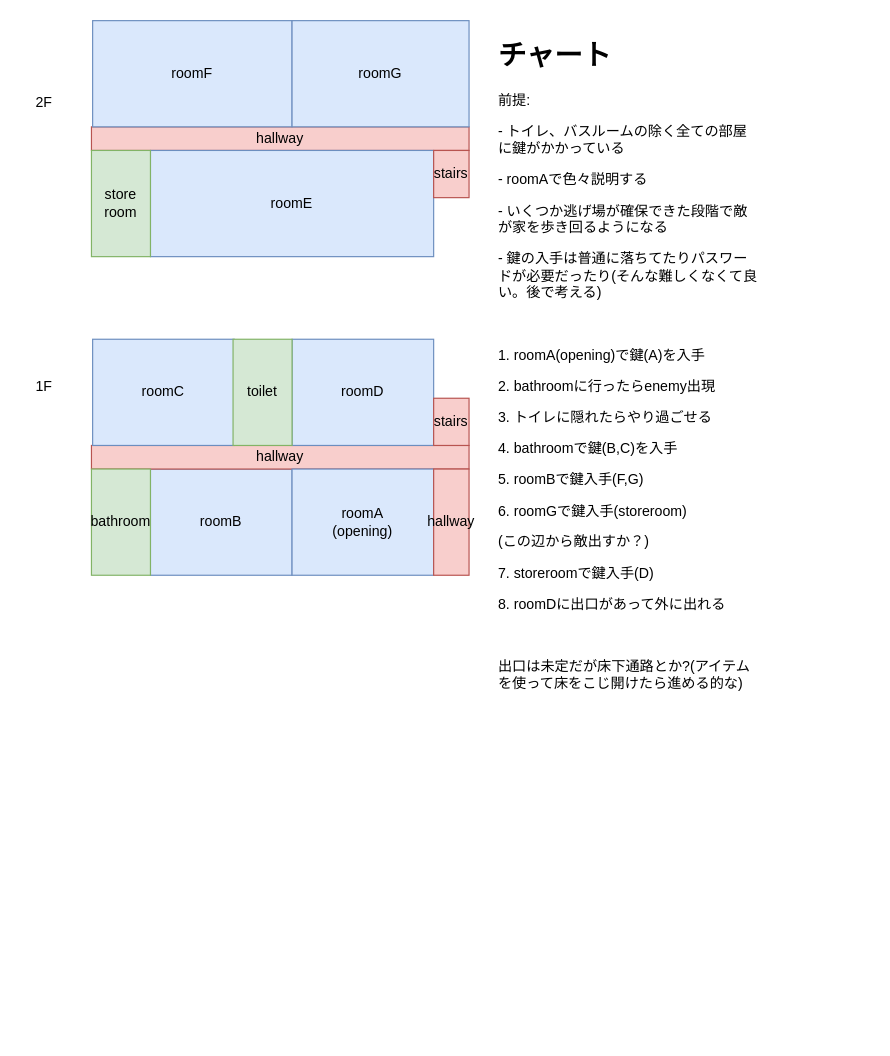
This is chart.drawio from mijinc0/escape_game, a draw.io file, before an edit. Source tidied: cells renumbered, new cells numbered last; positions are measured from the earlier drawing's top-left corner, leaving out a move shared by most shapes. Both pictures are drawn from the tidied source at 118%, with x=0, y=0 at pixel (20, 20).
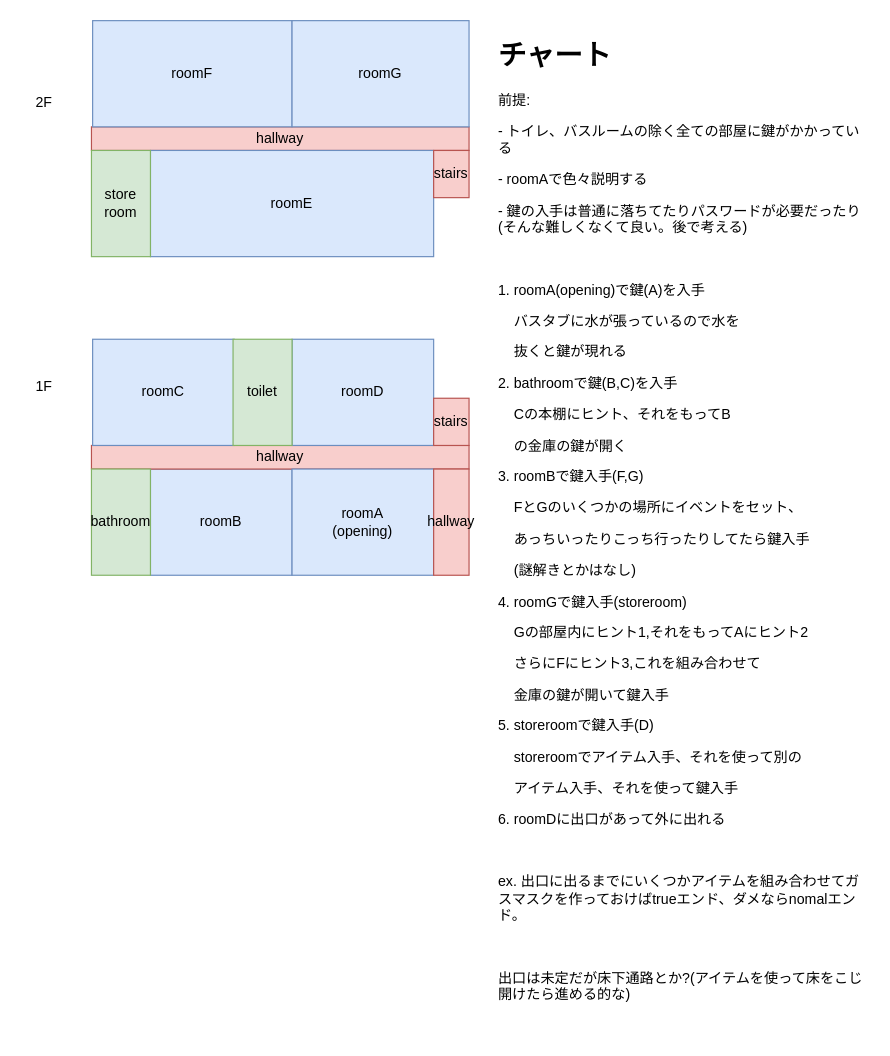
The same diagram, later.

The edit, as a diff of the source:
```diff
@@
 <mxGraphModel>
   <root>
     <mxCell id="0" />
     <mxCell id="1" parent="0" />
     <mxCell id="2" value="roomB" style="rounded=0;whiteSpace=wrap;html=1;fillColor=#dae8fc;strokeColor=#6c8ebf;" parent="1" vertex="1">
       <mxGeometry x="110" y="380" width="120" height="90" as="geometry" />
     </mxCell>
     <mxCell id="3" value="hallway" style="rounded=0;whiteSpace=wrap;html=1;fillColor=#f8cecc;strokeColor=#b85450;" parent="1" vertex="1">
       <mxGeometry x="60" y="360" width="320" height="20" as="geometry" />
     </mxCell>
     <mxCell id="4" value="roomC&lt;br&gt;" style="rounded=0;whiteSpace=wrap;html=1;fillColor=#dae8fc;strokeColor=#6c8ebf;" parent="1" vertex="1">
       <mxGeometry x="61" y="270" width="120" height="90" as="geometry" />
     </mxCell>
     <mxCell id="5" value="roomD" style="rounded=0;whiteSpace=wrap;html=1;fillColor=#dae8fc;strokeColor=#6c8ebf;" parent="1" vertex="1">
       <mxGeometry x="230" y="270" width="120" height="90" as="geometry" />
     </mxCell>
     <mxCell id="6" value="roomA&lt;br&gt;(opening)" style="rounded=0;whiteSpace=wrap;html=1;fillColor=#dae8fc;strokeColor=#6c8ebf;" parent="1" vertex="1">
       <mxGeometry x="230" y="380" width="120" height="90" as="geometry" />
     </mxCell>
     <mxCell id="7" value="toilet" style="rounded=0;whiteSpace=wrap;html=1;fillColor=#d5e8d4;strokeColor=#82b366;" parent="1" vertex="1">
       <mxGeometry x="180" y="270" width="50" height="90" as="geometry" />
     </mxCell>
     <mxCell id="8" value="bathroom" style="rounded=0;whiteSpace=wrap;html=1;fillColor=#d5e8d4;strokeColor=#82b366;" parent="1" vertex="1">
       <mxGeometry x="60" y="380" width="50" height="90" as="geometry" />
     </mxCell>
     <mxCell id="9" value="stairs" style="rounded=0;whiteSpace=wrap;html=1;fillColor=#f8cecc;strokeColor=#b85450;" parent="1" vertex="1">
       <mxGeometry x="350" y="320" width="30" height="40" as="geometry" />
     </mxCell>
     <mxCell id="10" value="hallway" style="rounded=0;whiteSpace=wrap;html=1;fillColor=#f8cecc;strokeColor=#b85450;" parent="1" vertex="1">
       <mxGeometry x="350" y="380" width="30" height="90" as="geometry" />
     </mxCell>
     <mxCell id="11" value="1F" style="text;html=1;strokeColor=none;fillColor=none;align=center;verticalAlign=middle;whiteSpace=wrap;rounded=0;" parent="1" vertex="1">
       <mxGeometry y="300" width="40" height="20" as="geometry" />
     </mxCell>
     <mxCell id="12" value="hallway" style="rounded=0;whiteSpace=wrap;html=1;fillColor=#f8cecc;strokeColor=#b85450;" parent="1" vertex="1">
       <mxGeometry x="60" y="90" width="320" height="20" as="geometry" />
     </mxCell>
     <mxCell id="13" value="roomF" style="rounded=0;whiteSpace=wrap;html=1;fillColor=#dae8fc;strokeColor=#6c8ebf;" parent="1" vertex="1">
       <mxGeometry x="61" width="169" height="90" as="geometry" />
     </mxCell>
     <mxCell id="14" value="roomG" style="rounded=0;whiteSpace=wrap;html=1;fillColor=#dae8fc;strokeColor=#6c8ebf;" parent="1" vertex="1">
       <mxGeometry x="230" width="150" height="90" as="geometry" />
     </mxCell>
     <mxCell id="15" value="roomE" style="rounded=0;whiteSpace=wrap;html=1;fillColor=#dae8fc;strokeColor=#6c8ebf;" parent="1" vertex="1">
       <mxGeometry x="110" y="110" width="240" height="90" as="geometry" />
     </mxCell>
     <mxCell id="16" value="store&lt;br&gt;room" style="rounded=0;whiteSpace=wrap;html=1;fillColor=#d5e8d4;strokeColor=#82b366;" parent="1" vertex="1">
       <mxGeometry x="60" y="110" width="50" height="90" as="geometry" />
     </mxCell>
     <mxCell id="17" value="stairs" style="rounded=0;whiteSpace=wrap;html=1;fillColor=#f8cecc;strokeColor=#b85450;" parent="1" vertex="1">
       <mxGeometry x="350" y="110" width="30" height="40" as="geometry" />
     </mxCell>
     <mxCell id="18" value="2F" style="text;html=1;strokeColor=none;fillColor=none;align=center;verticalAlign=middle;whiteSpace=wrap;rounded=0;" parent="1" vertex="1">
       <mxGeometry y="60" width="40" height="20" as="geometry" />
     </mxCell>
-    <mxCell id="19" value="&lt;h1&gt;チャート&lt;/h1&gt;&lt;p&gt;前提:&lt;/p&gt;&lt;p&gt;- トイレ、バスルームの除く全ての部屋に鍵がかかっている&lt;/p&gt;&lt;p&gt;- roomAで色々説明する&lt;/p&gt;&lt;p&gt;- いくつか逃げ場が確保できた段階で敵が家を歩き回るようになる&lt;/p&gt;&lt;p&gt;- 鍵の入手は普通に落ちてたりパスワードが必要だったり(そんな難しくなくて良い。後で考える)&lt;/p&gt;&lt;p&gt;&lt;br&gt;&lt;/p&gt;&lt;p&gt;1. roomA(opening)で鍵(A)を入手&lt;/p&gt;&lt;p&gt;2. bathroomに行ったらenemy出現&lt;/p&gt;&lt;p&gt;3. トイレに隠れたらやり過ごせる&lt;/p&gt;&lt;p&gt;4. bathroomで鍵(B,C)を入手&lt;/p&gt;&lt;p&gt;5. roomBで鍵入手(F,G)&lt;/p&gt;&lt;p&gt;6. roomGで鍵入手(storeroom)&lt;/p&gt;&lt;p&gt;(この辺から敵出すか？)&lt;/p&gt;&lt;p&gt;7. storeroomで鍵入手(D)&lt;/p&gt;&lt;p&gt;8. roomDに出口があって外に出れる&lt;/p&gt;&lt;p&gt;&lt;br&gt;&lt;/p&gt;&lt;p&gt;出口は未定だが床下通路とか?(アイテムを使って床をこじ開けたら進める的な)&lt;/p&gt;" style="text;html=1;strokeColor=none;fillColor=none;spacing=5;spacingTop=-20;whiteSpace=wrap;overflow=hidden;rounded=0;align=left;" parent="1" vertex="1">
-      <mxGeometry x="400" y="10" width="230" height="590" as="geometry" />
+    <mxCell id="19" value="&lt;h1&gt;チャート&lt;/h1&gt;&lt;p&gt;前提:&lt;/p&gt;&lt;p&gt;- トイレ、バスルームの除く全ての部屋に鍵がかかっている&lt;/p&gt;&lt;p&gt;- roomAで色々説明する&lt;/p&gt;&lt;p&gt;- 鍵の入手は普通に落ちてたりパスワードが必要だったり(そんな難しくなくて良い。後で考える)&lt;/p&gt;&lt;p&gt;&lt;br&gt;&lt;/p&gt;&lt;p&gt;1. roomA(opening)で鍵(A)を入手&lt;/p&gt;&lt;p&gt;&amp;nbsp; &amp;nbsp; バスタブに水が張っているので水を&lt;/p&gt;&lt;p&gt;&amp;nbsp; &amp;nbsp; 抜くと鍵が現れる&lt;/p&gt;&lt;p&gt;2. bathroomで鍵(B,C)を入手&lt;/p&gt;&lt;p&gt;&amp;nbsp; &amp;nbsp; Cの本棚にヒント、それをもってB&lt;/p&gt;&lt;p&gt;&amp;nbsp; &amp;nbsp; の金庫の鍵が開く&lt;/p&gt;&lt;p&gt;3. roomBで鍵入手(F,G)&lt;/p&gt;&lt;p&gt;&amp;nbsp; &amp;nbsp; FとGのいくつかの場所にイベントを&lt;span&gt;セット、&lt;/span&gt;&lt;/p&gt;&lt;p&gt;&amp;nbsp; &amp;nbsp; あっちいったりこっち行ったりしてたら鍵入手&lt;/p&gt;&lt;p&gt;&amp;nbsp; &amp;nbsp; (謎解きとかはなし)&lt;/p&gt;&lt;p&gt;4. roomGで鍵入手(storeroom)&lt;/p&gt;&lt;p&gt;&amp;nbsp; &amp;nbsp; Gの部屋内にヒント1,それをもってAにヒント2&lt;/p&gt;&lt;p&gt;&amp;nbsp; &amp;nbsp; さらにFにヒント3,これを組み合わせて&lt;/p&gt;&lt;p&gt;&amp;nbsp; &amp;nbsp; 金庫の鍵が開いて鍵入手&lt;/p&gt;&lt;p&gt;5. storeroomで鍵入手(D)&lt;/p&gt;&lt;p&gt;&amp;nbsp; &amp;nbsp; storeroomでアイテム入手、それを使って別の&lt;/p&gt;&lt;p&gt;&amp;nbsp; &amp;nbsp; アイテム入手、それを使って鍵入手&lt;/p&gt;&lt;p&gt;6. roomDに出口があって外に出れる&lt;/p&gt;&lt;p&gt;&lt;br&gt;&lt;/p&gt;&lt;p&gt;ex. 出口に出るまでにいくつかアイテムを組み合わせてガスマスクを作っておけばtrueエンド、ダメならnomalエンド。&lt;/p&gt;&lt;p&gt;&lt;br&gt;&lt;/p&gt;&lt;p&gt;出口は未定だが床下通路とか?(アイテムを使って床をこじ開けたら進める的な)&lt;/p&gt;" style="text;html=1;strokeColor=none;fillColor=none;spacing=5;spacingTop=-20;whiteSpace=wrap;overflow=hidden;rounded=0;align=left;" parent="1" vertex="1">
+      <mxGeometry x="400" y="10" width="320" height="850" as="geometry" />
     </mxCell>
   </root>
 </mxGraphModel>
```
